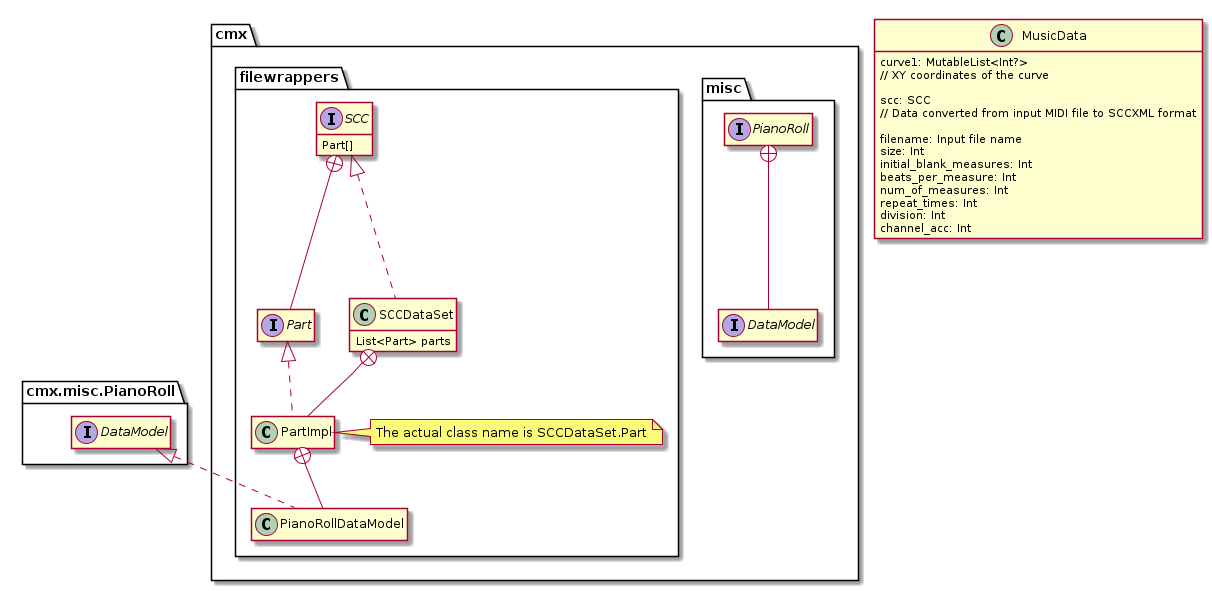
The PlantUML diagram diagrams/test3.png in fujiij/plantuml, before a commit.
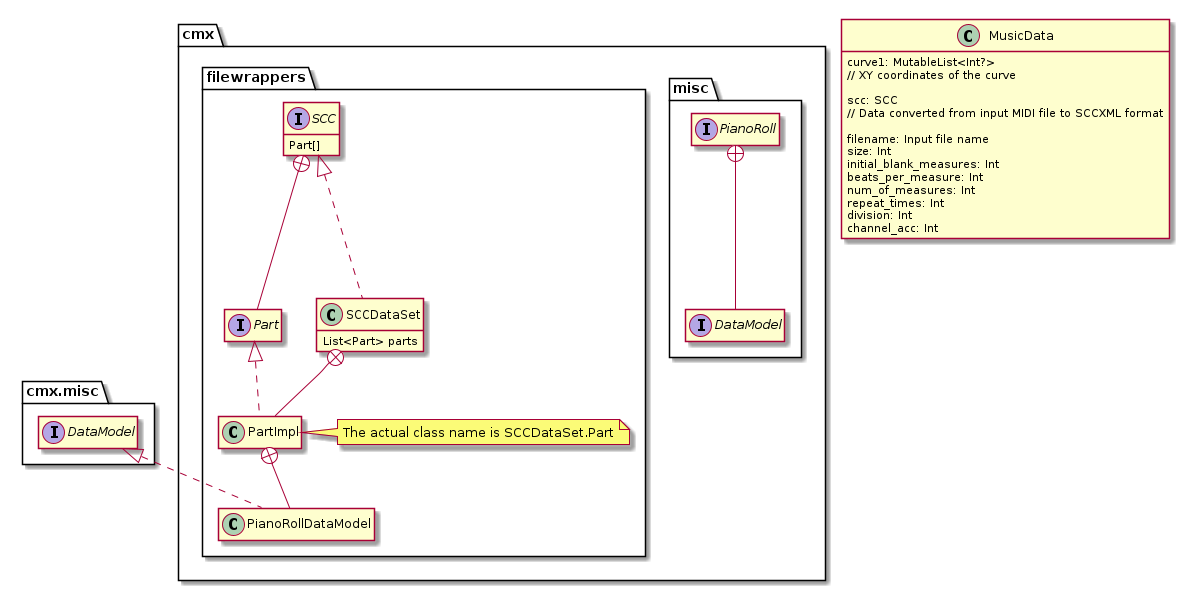
Above is the later version.

Commit message:
Auto-generate PlantUML diagrams

The edit, as a diff of the source:
```diff
@@ -40,7 +40,7 @@
             The actual class name is SCCDataSet.Part
         end note
 
-        class PianoRollDataModel implements cmx.misc.PianoRoll.DataModel
+        class PianoRollDataModel implements cmx.misc.DataModel
         PartImpl +-- PianoRollDataModel
     }
 }
```
